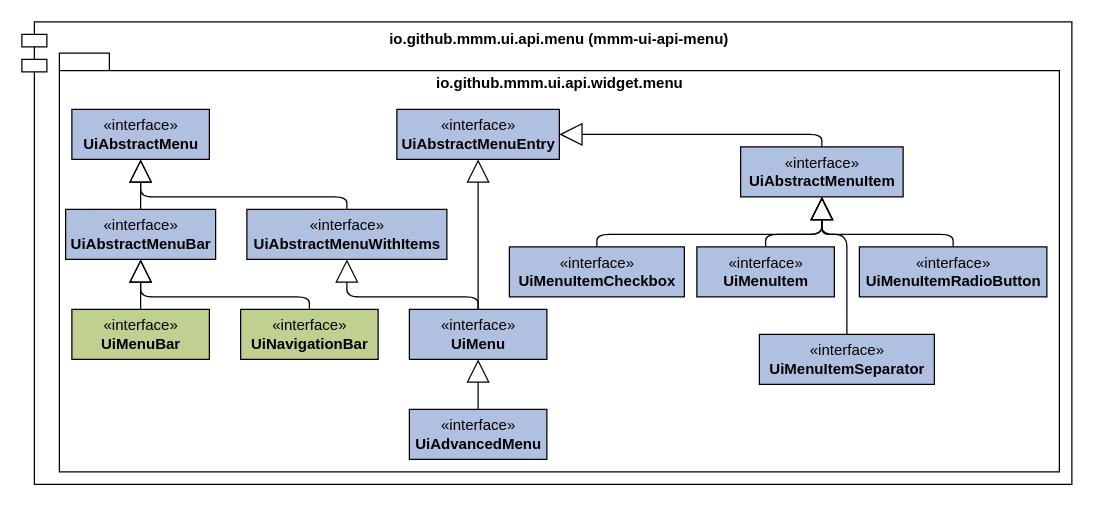
Above: page "menu" (3 of 12) of src/main/javadoc/doc-files/ui-api.drawio in m-m-m/ui-api (draw.io), before the change. Source tidied: cells renumbered, new cells numbered last; positions are measured from the earlier drawing's top-left corner, leaving out a move shared by most shapes. Both pictures are drawn from the tidied source at 125%, with x=0, y=0 at pixel (21, 21).
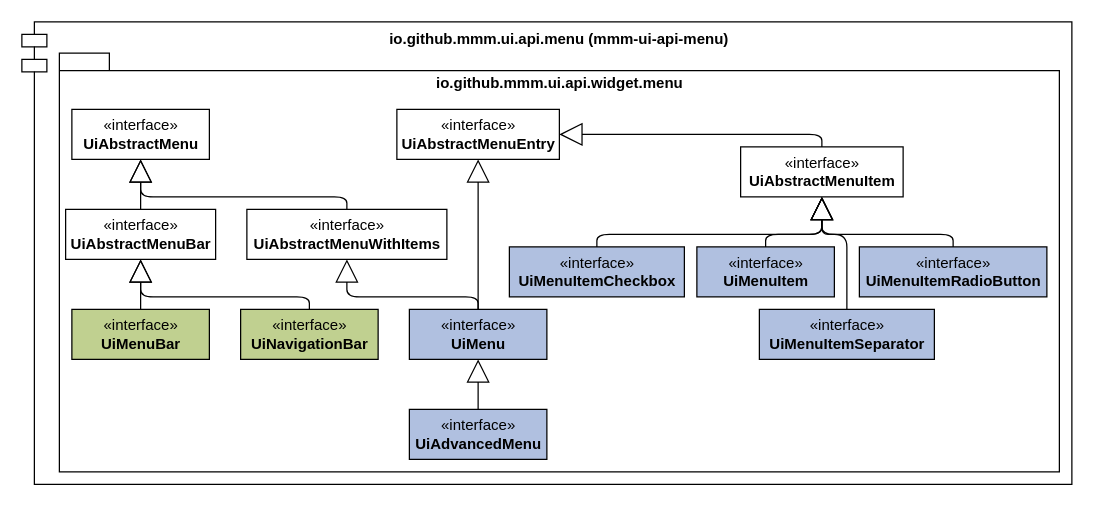
The same diagram, later.

Commit message (it also covers changes not shown here):
completed diagrams

What changed in the source:
```diff
@@
-    <mxCell id="8" value="«interface»&lt;br&gt;&lt;b&gt;UiAbstractMenuEntry&lt;/b&gt;" style="html=1;fillColor=#B0C0E0;" parent="1" vertex="1">
+    <mxCell id="8" value="«interface»&lt;br&gt;&lt;b&gt;UiAbstractMenuEntry&lt;/b&gt;" style="html=1;fillColor=#FFFFFF;" parent="1" vertex="1">
       <mxGeometry x="300" y="70" width="130" height="40" as="geometry" />
     </mxCell>
@@
-    <mxCell id="10" value="«interface»&lt;br&gt;&lt;b&gt;UiAbstractMenuWithItems&lt;/b&gt;" style="html=1;fillColor=#B0C0E0;" parent="1" vertex="1">
+    <mxCell id="10" value="«interface»&lt;br&gt;&lt;b&gt;UiAbstractMenuWithItems&lt;/b&gt;" style="html=1;fillColor=#FFFFFF;" parent="1" vertex="1">
       <mxGeometry x="180" y="150" width="160" height="40" as="geometry" />
     </mxCell>
-    <mxCell id="11" value="«interface»&lt;br&gt;&lt;b&gt;UiAbstractMenuItem&lt;/b&gt;" style="html=1;fillColor=#B0C0E0;" parent="1" vertex="1">
+    <mxCell id="11" value="«interface»&lt;br&gt;&lt;b&gt;UiAbstractMenuItem&lt;/b&gt;" style="html=1;fillColor=#FFFFFF;" parent="1" vertex="1">
       <mxGeometry x="575" y="100" width="130" height="40" as="geometry" />
     </mxCell>
@@
-    <mxCell id="16" value="«interface»&lt;br&gt;&lt;b&gt;UiAbstractMenu&lt;/b&gt;" style="html=1;fillColor=#B0C0E0;" parent="1" vertex="1">
+    <mxCell id="16" value="«interface»&lt;br&gt;&lt;b&gt;UiAbstractMenu&lt;/b&gt;" style="html=1;fillColor=#FFFFFF;" parent="1" vertex="1">
       <mxGeometry x="40" y="70" width="110" height="40" as="geometry" />
     </mxCell>
-    <mxCell id="17" value="«interface»&lt;br&gt;&lt;b&gt;UiAbstractMenuBar&lt;/b&gt;" style="html=1;fillColor=#B0C0E0;" parent="1" vertex="1">
+    <mxCell id="17" value="«interface»&lt;br&gt;&lt;b&gt;UiAbstractMenuBar&lt;/b&gt;" style="html=1;fillColor=#FFFFFF;" parent="1" vertex="1">
       <mxGeometry x="35" y="150" width="120" height="40" as="geometry" />
     </mxCell>
@@
     <mxCell id="26" value="«interface»&lt;br&gt;&lt;b&gt;UiMenuItemSeparator&lt;/b&gt;" style="html=1;fillColor=#B0C0E0;" parent="1" vertex="1">
-      <mxGeometry x="590" y="250" width="140" height="40" as="geometry" />
+      <mxGeometry x="590" y="230" width="140" height="40" as="geometry" />
     </mxCell>
```
